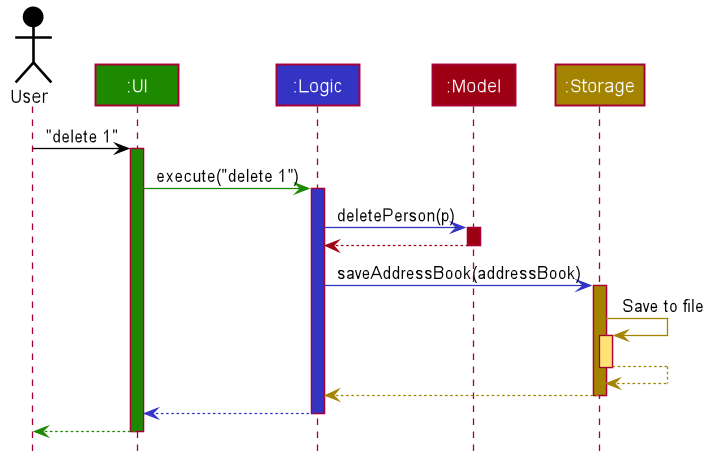
The PlantUML diagram docs/images/ArchitectureSequenceDiagram.png in nus-cs2103-AY2425S1/tp, before a commit.
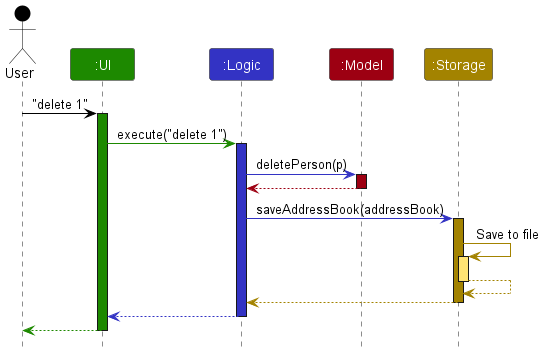
After the change.

Change to the diagram source:
```diff
@@ -1,85 +1,39 @@
 @startuml
+!include style.puml
+skinparam ArrowFontStyle plain
 
+Actor User as user USER_COLOR
+Participant ":UI" as ui UI_COLOR
+Participant ":Logic" as logic LOGIC_COLOR
+Participant ":Model" as model MODEL_COLOR
+Participant ":Storage" as storage STORAGE_COLOR
 
+user -[USER_COLOR]> ui : "delete 1"
+activate ui UI_COLOR
 
+ui -[UI_COLOR]> logic : execute("delete 1")
+activate logic LOGIC_COLOR
 
+logic -[LOGIC_COLOR]> model : deletePerson(p)
+activate model MODEL_COLOR
 
-
-
-
-skinparam BackgroundColor #FFFFFFF
-
-skinparam Shadowing false
-
-skinparam Class {
-    FontColor #FFFFFF
-    BorderThickness 1
-    BorderColor #FFFFFF
-    StereotypeFontColor #FFFFFF
-    FontName Arial
-}
-
-skinparam Actor {
-    BorderColor #000000
-    Color #000000
-    FontName Arial
-}
-
-skinparam Sequence {
-    MessageAlign center
-    BoxFontSize 15
-    BoxPadding 0
-    BoxFontColor #FFFFFF
-    FontName Arial
-}
-
-skinparam Participant {
-    FontColor #FFFFFFF
-    Padding 20
-}
-
-skinparam MinClassWidth 50
-skinparam ParticipantPadding 10
-skinparam Shadowing false
-skinparam DefaultTextAlignment center
-skinparam packageStyle Rectangle
-
-hide footbox
-hide members
-hide circle
-
-Actor User as user #000000
-Participant ":UI" as ui #1D8900
-Participant ":Logic" as logic #3333C4
-Participant ":Model" as model #9D0012
-Participant ":Storage" as storage #A38300
-
-user -[#000000]> ui : "delete 1"
-activate ui #1D8900
-
-ui -[#1D8900]> logic : execute("delete 1")
-activate logic #3333C4
-
-logic -[#3333C4]> model : deletePerson(p)
-activate model #9D0012
-
-model -[#9D0012]-> logic
+model -[MODEL_COLOR]-> logic
 deactivate model
 
-logic -[#3333C4]> storage : saveAddressBook(addressBook)
-activate storage #A38300
+logic -[LOGIC_COLOR]> storage : saveAddressBook(addressBook)
+activate storage STORAGE_COLOR
 
-storage -[#A38300]> storage : Save to file
-activate storage #FFE374
-storage --[#A38300]> storage
+storage -[STORAGE_COLOR]> storage : Save to file
+activate storage STORAGE_COLOR_T1
+storage --[STORAGE_COLOR]> storage
 deactivate storage
 
-storage --[#A38300]> logic
+storage --[STORAGE_COLOR]> logic
 deactivate storage
 
-logic --[#3333C4]> ui
+logic --[LOGIC_COLOR]> ui
 deactivate logic
 
-ui--[#1D8900]> user
+ui--[UI_COLOR]> user
 deactivate ui
 @enduml
```
